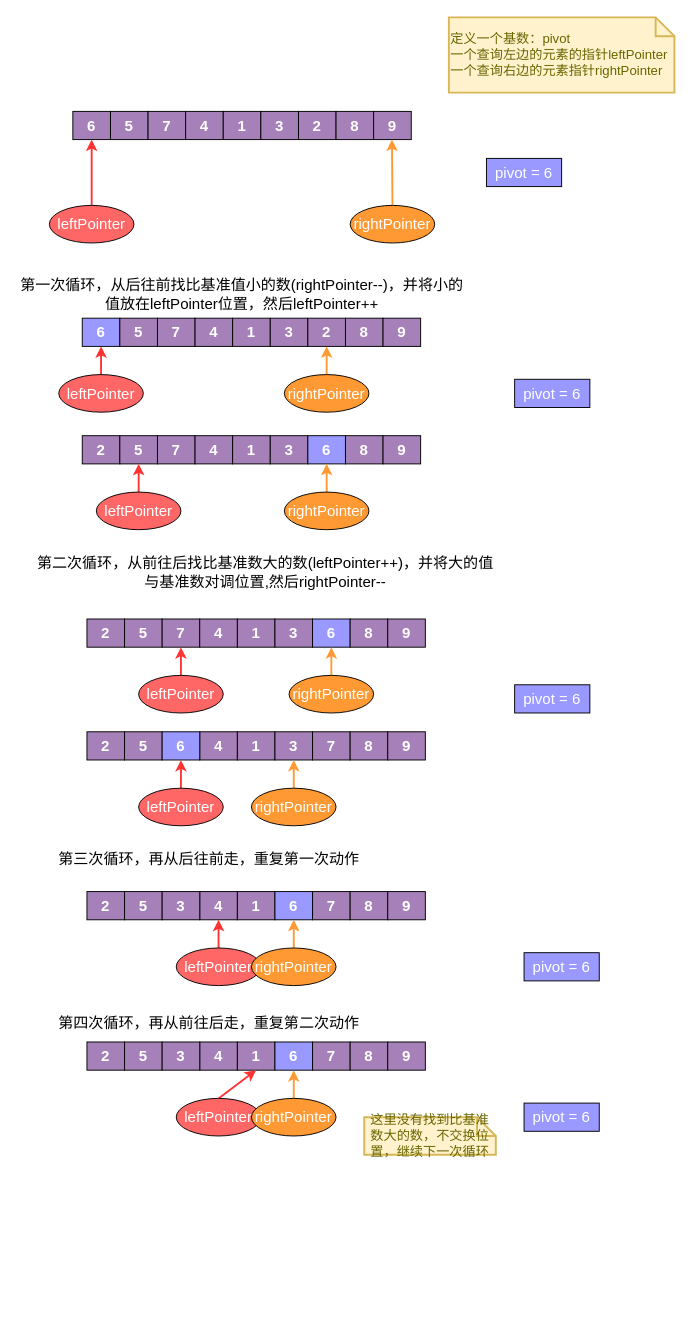
LiHuiBin1995/study-java keeps this draw.io diagram as 数据结构与算法/排序算法.drawio. Above is the earlier version. Source tidied: cells renumbered, new cells numbered last; positions are measured from the earlier drawing's top-left corner, leaving out a move shared by most shapes. Both pictures are drawn from the tidied source at 94%, with x=0, y=0 at pixel (16, 17).
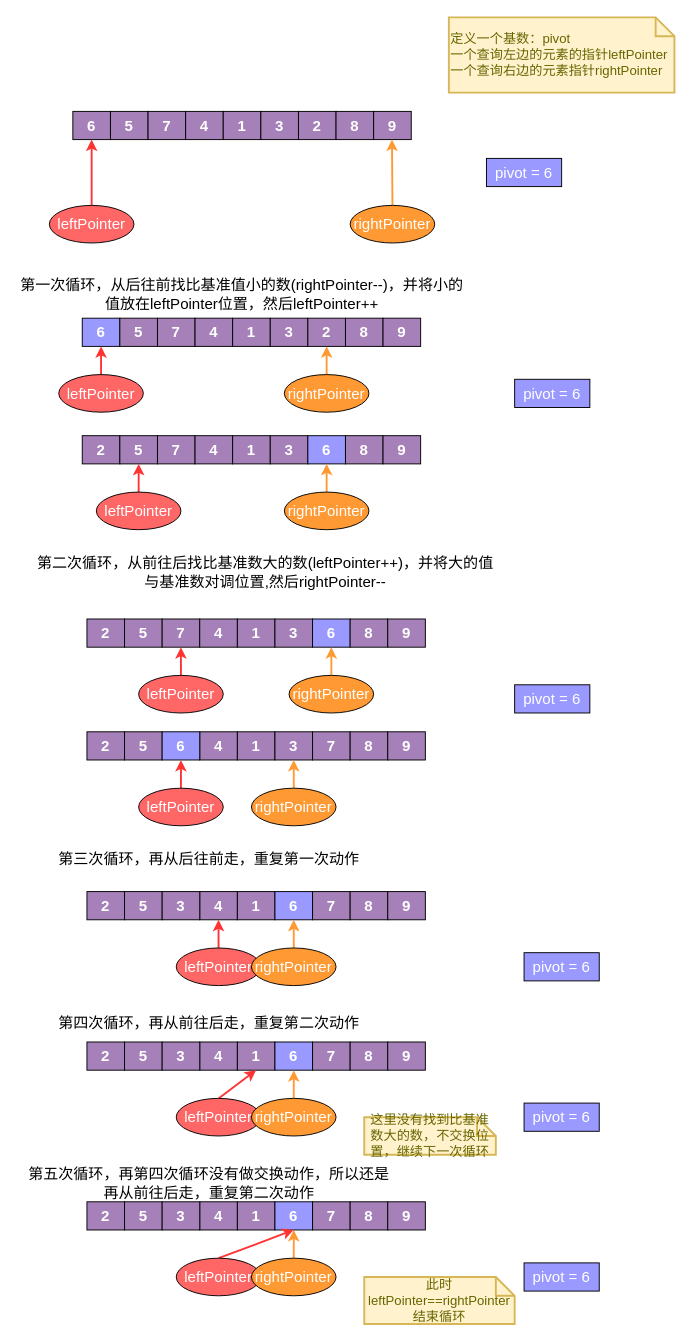
Above is the later version.

Commit message (it also covers changes not shown here):
更新排序算法.drawio

The edit, as a diff of the source:
```diff
@@
+    <mxCell id="104" value="第五次循环，再第四次循环没有做交换动作，所以还是再从前往后走，重复第二次动作" style="text;html=1;strokeColor=none;fillColor=none;align=center;verticalAlign=middle;whiteSpace=wrap;rounded=0;fontSize=16;fontColor=#000000;" parent="1" vertex="1">
+      <mxGeometry x="5" y="1220" width="400" height="40" as="geometry" />
+    </mxCell>
+    <mxCell id="105" value="2" style="rounded=0;whiteSpace=wrap;html=1;fillColor=#A680B8;fontColor=#FFFFFF;fontSize=16;fontStyle=1;" parent="1" vertex="1">
+      <mxGeometry x="75" y="1260" width="40" height="30" as="geometry" />
+    </mxCell>
+    <mxCell id="106" value="5" style="rounded=0;whiteSpace=wrap;html=1;fillColor=#A680B8;fontColor=#FFFFFF;fontSize=16;fontStyle=1;" parent="1" vertex="1">
+      <mxGeometry x="115" y="1260" width="40" height="30" as="geometry" />
+    </mxCell>
+    <mxCell id="107" value="7" style="rounded=0;whiteSpace=wrap;html=1;fillColor=#A680B8;fontColor=#FFFFFF;fontSize=16;fontStyle=1;" parent="1" vertex="1">
+      <mxGeometry x="315" y="1260" width="40" height="30" as="geometry" />
+    </mxCell>
+    <mxCell id="108" value="4" style="rounded=0;whiteSpace=wrap;html=1;fillColor=#A680B8;fontColor=#FFFFFF;fontSize=16;fontStyle=1;" parent="1" vertex="1">
+      <mxGeometry x="195" y="1260" width="40" height="30" as="geometry" />
+    </mxCell>
+    <mxCell id="109" value="1" style="rounded=0;whiteSpace=wrap;html=1;fillColor=#A680B8;fontColor=#FFFFFF;fontSize=16;fontStyle=1;" parent="1" vertex="1">
+      <mxGeometry x="235" y="1260" width="40" height="30" as="geometry" />
+    </mxCell>
+    <mxCell id="110" value="3" style="rounded=0;whiteSpace=wrap;html=1;fillColor=#A680B8;fontColor=#FFFFFF;fontSize=16;fontStyle=1;" parent="1" vertex="1">
+      <mxGeometry x="155" y="1260" width="40" height="30" as="geometry" />
+    </mxCell>
+    <mxCell id="111" value="6" style="rounded=0;whiteSpace=wrap;html=1;fillColor=#9999FF;fontColor=#FFFFFF;fontSize=16;fontStyle=1;" parent="1" vertex="1">
+      <mxGeometry x="275" y="1260" width="40" height="30" as="geometry" />
+    </mxCell>
+    <mxCell id="112" value="8" style="rounded=0;whiteSpace=wrap;html=1;fillColor=#A680B8;fontColor=#FFFFFF;fontSize=16;fontStyle=1;" parent="1" vertex="1">
+      <mxGeometry x="355" y="1260" width="40" height="30" as="geometry" />
+    </mxCell>
+    <mxCell id="113" value="9" style="rounded=0;whiteSpace=wrap;html=1;fillColor=#A680B8;fontColor=#FFFFFF;fontSize=16;fontStyle=1;" parent="1" vertex="1">
+      <mxGeometry x="395" y="1260" width="40" height="30" as="geometry" />
+    </mxCell>
+    <mxCell id="114" style="endArrow=classic;html=1;rounded=0;fontSize=16;fontColor=#FFFFFF;strokeWidth=2;strokeColor=#FF3333;exitX=0.5;exitY=0;exitDx=0;exitDy=0;entryX=0.5;entryY=1;entryDx=0;entryDy=0;" parent="1" edge="1" source="116" target="111">
+      <mxGeometry relative="1" as="geometry" />
+    </mxCell>
+    <mxCell id="115" style="endArrow=classic;html=1;rounded=0;fontSize=16;fontColor=#FFFFFF;strokeWidth=2;strokeColor=#FF9933;exitX=0.5;exitY=0;exitDx=0;exitDy=0;fillColor=#FFB366;entryX=0.5;entryY=1;entryDx=0;entryDy=0;" parent="1" edge="1" source="117" target="111">
+      <mxGeometry relative="1" as="geometry" />
+    </mxCell>
+    <mxCell id="116" value="leftPointer" style="ellipse;whiteSpace=wrap;html=1;fontSize=16;fontColor=#FFFFFF;fillColor=#FF6666;align=center;" parent="1" vertex="1">
+      <mxGeometry x="170" y="1320" width="90" height="40" as="geometry" />
+    </mxCell>
+    <mxCell id="117" value="rightPointer" style="ellipse;whiteSpace=wrap;html=1;fontSize=16;fontColor=#FFFFFF;fillColor=#FF9933;align=center;" parent="1" vertex="1">
+      <mxGeometry x="250" y="1320" width="90" height="40" as="geometry" />
+    </mxCell>
+    <mxCell id="118" value="pivot = 6" style="rounded=0;whiteSpace=wrap;html=1;fontSize=16;fontColor=#FFFFFF;fillColor=#9999FF;align=center;" parent="1" vertex="1">
+      <mxGeometry x="540" y="1325" width="80" height="30" as="geometry" />
+    </mxCell>
+    <mxCell id="119" value="此时leftPointer==rightPointer&lt;br&gt;结束循环" style="shape=note;strokeWidth=2;fontSize=14;size=20;whiteSpace=wrap;html=1;fillColor=#fff2cc;strokeColor=#d6b656;fontColor=#666600;rounded=0;verticalAlign=middle;" parent="1" vertex="1">
+      <mxGeometry x="370" y="1340" width="160" height="50" as="geometry" />
+    </mxCell>
```
